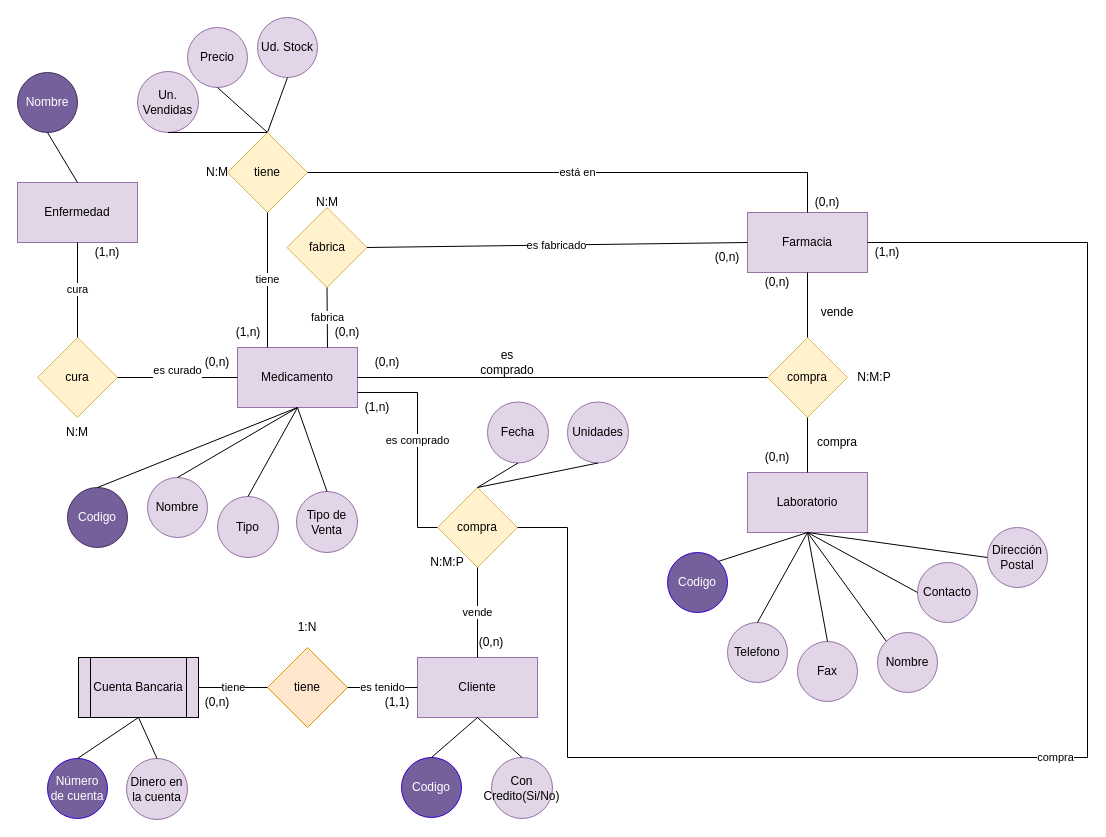
The draw.io diagram Farmacia.drawio in IbaiHerasULL/ModeloER_Farmacia, before the edit. Source tidied: cells renumbered, new cells numbered last; positions are measured from the earlier drawing's top-left corner, leaving out a move shared by most shapes. Both pictures are drawn from the tidied source at 100%, with x=0, y=0 at pixel (17, 17).
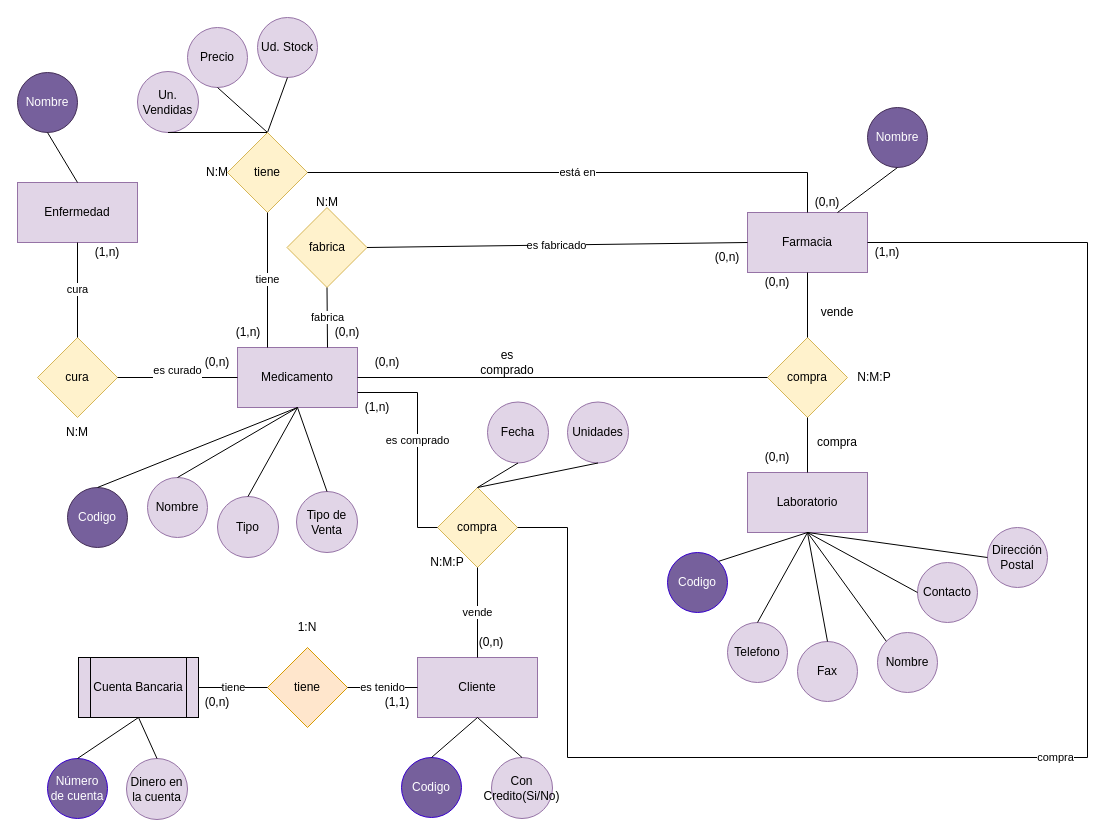
After the change.

The change refers to these unchanged cells:
```xml
<mxCell id="17" value="Farmacia" style="rounded=0;whiteSpace=wrap;html=1;fillColor=#e1d5e7;strokeColor=#9673a6;" parent="1" vertex="1">
  <mxGeometry x="730" y="195" width="120" height="60" as="geometry" />
</mxCell>
```

What changed in the source:
```diff
@@
+    <mxCell id="92" value="Nombre" style="ellipse;whiteSpace=wrap;html=1;fillColor=#76609C;strokeColor=#432D57;fontColor=#ffffff;" parent="1" vertex="1">
+      <mxGeometry x="850" y="90" width="60" height="60" as="geometry" />
+    </mxCell>
+    <mxCell id="93" style="endArrow=none;html=1;rounded=0;exitX=0.75;exitY=0;exitDx=0;exitDy=0;entryX=0.5;entryY=1;entryDx=0;entryDy=0;" parent="1" edge="1" source="17" target="92">
+      <mxGeometry relative="1" as="geometry" />
+    </mxCell>
```
